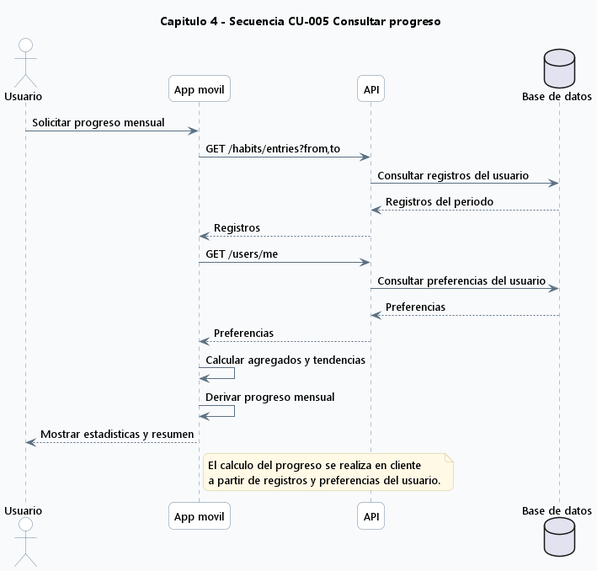
The PlantUML diagram out/docs/diagrams/cap4/05_seq_cu005_progreso/05_seq_cu005_progreso.png in TPerez13/TFG, before a commit.
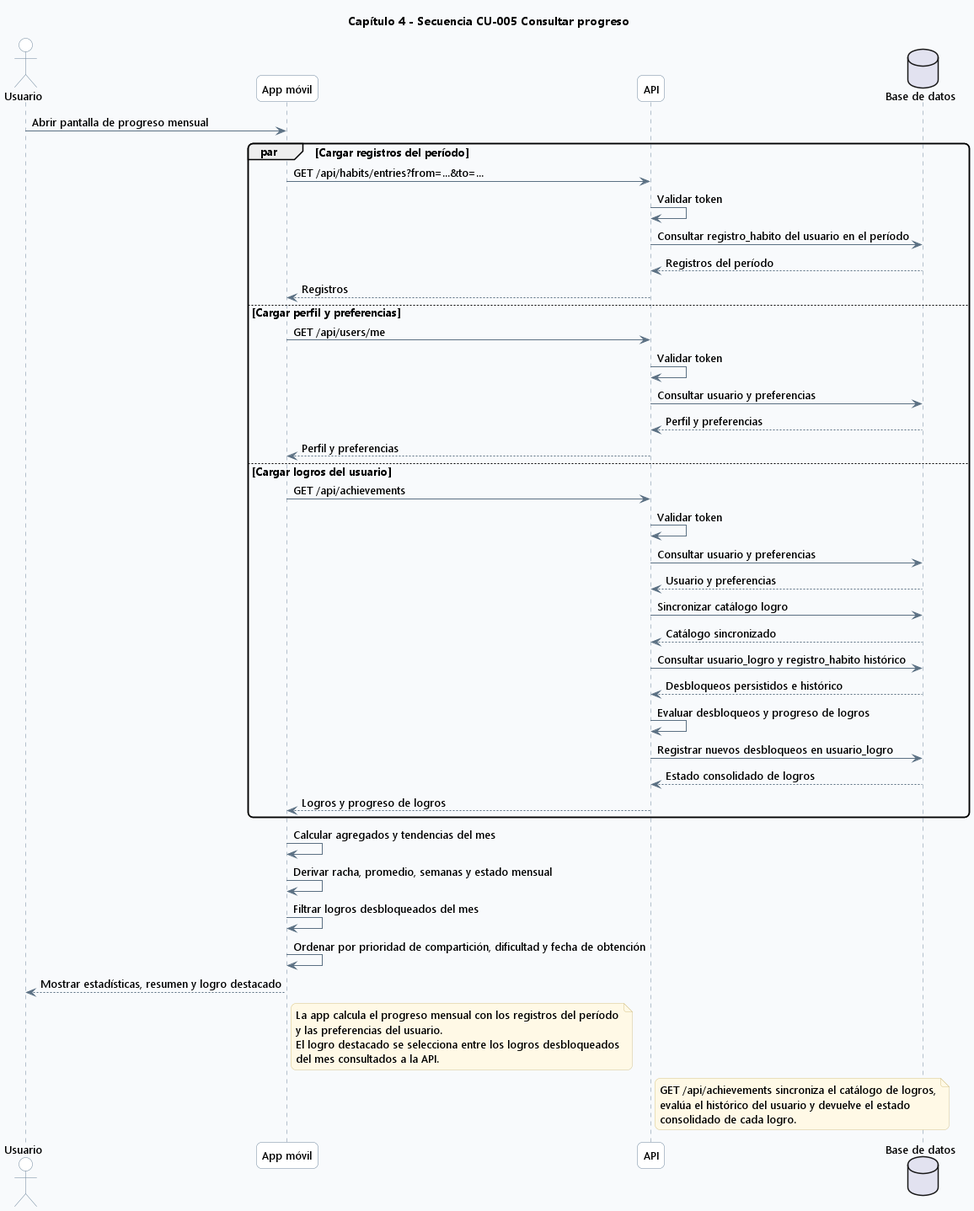
Above is the later version.

Diff of the diagram source:
```diff
@@ -16,31 +16,58 @@
 skinparam noteBackgroundColor #FFF9E6
 skinparam noteBorderColor #D7C58A
 
-title Capitulo 4 - Secuencia CU-005 Consultar progreso
+title Capítulo 4 - Secuencia CU-005 Consultar progreso
 
 actor Usuario
-participant "App movil" as App
+participant "App móvil" as App
 participant "API" as API
 database "Base de datos" as DB
 
-Usuario -> App : Solicitar progreso mensual
-App -> API : GET /habits/entries?from,to
-API -> DB : Consultar registros del usuario
-DB --> API : Registros del periodo
-API --> App : Registros
+Usuario -> App : Abrir pantalla de progreso mensual
+par Cargar registros del período
+  App -> API : GET /api/habits/entries?from=...&to=...
+  API -> API : Validar token
+  API -> DB : Consultar registro_habito del usuario en el período
+  DB --> API : Registros del período
+  API --> App : Registros
+else Cargar perfil y preferencias
+  App -> API : GET /api/users/me
+  API -> API : Validar token
+  API -> DB : Consultar usuario y preferencias
+  DB --> API : Perfil y preferencias
+  API --> App : Perfil y preferencias
+else Cargar logros del usuario
+  App -> API : GET /api/achievements
+  API -> API : Validar token
+  API -> DB : Consultar usuario y preferencias
+  DB --> API : Usuario y preferencias
+  API -> DB : Sincronizar catálogo logro
+  DB --> API : Catálogo sincronizado
+  API -> DB : Consultar usuario_logro y registro_habito histórico
+  DB --> API : Desbloqueos persistidos e histórico
+  API -> API : Evaluar desbloqueos y progreso de logros
+  API -> DB : Registrar nuevos desbloqueos en usuario_logro
+  DB --> API : Estado consolidado de logros
+  API --> App : Logros y progreso de logros
+end
 
-App -> API : GET /users/me
-API -> DB : Consultar preferencias del usuario
-DB --> API : Preferencias
-API --> App : Preferencias
-
-App -> App : Calcular agregados y tendencias
-App -> App : Derivar progreso mensual
-App --> Usuario : Mostrar estadisticas y resumen
+App -> App : Calcular agregados y tendencias del mes
+App -> App : Derivar racha, promedio, semanas y estado mensual
+App -> App : Filtrar logros desbloqueados del mes
+App -> App : Ordenar por prioridad de compartición, dificultad y fecha de obtención
+App --> Usuario : Mostrar estadísticas, resumen y logro destacado
 
 note right of App
-El calculo del progreso se realiza en cliente
-a partir de registros y preferencias del usuario.
+La app calcula el progreso mensual con los registros del período
+y las preferencias del usuario.
+El logro destacado se selecciona entre los logros desbloqueados
+del mes consultados a la API.
+end note
+
+note right of API
+GET /api/achievements sincroniza el catálogo de logros,
+evalúa el histórico del usuario y devuelve el estado
+consolidado de cada logro.
 end note
 
 @enduml
```
